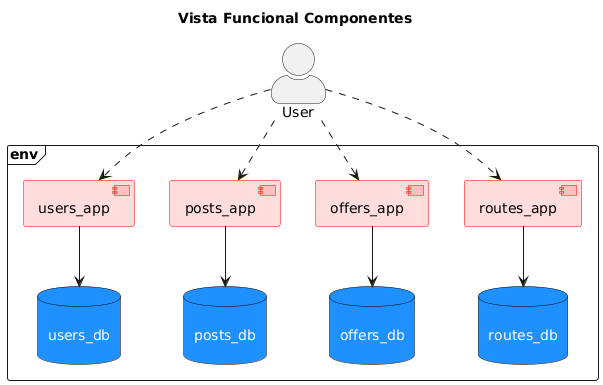
Before: docs/diagrams/components.png, a diagram exported from PlantUML (ddi4z/Cloud-native-application-development-Course). Source of this version:
```plantuml
@startuml components

skinparam actorStyle awesome

skinparam component {
  BackgroundColor #FF000022
  BorderColor red
  FontColor black
}

skinparam database {
  BackgroundColor #1E90FF
  BorderColor black
  FontColor white
}

title "Vista Funcional Componentes"

actor User

frame "env" {
  component "users_app" as users_app
  component "posts_app" as posts_app
  component "offers_app" as offers_app
  component "routes_app" as routes_app

  database "\nusers_db\n" as users_db
  database "\nposts_db\n" as posts_db
  database "\noffers_db\n" as offers_db
  database "\nroutes_db\n" as routes_db

  User ..> users_app
  User ..> posts_app
  User ..> offers_app
  User ..> routes_app

  users_app --> users_db
  posts_app --> posts_db
  offers_app --> offers_db
  routes_app --> routes_db
}
@enduml
```
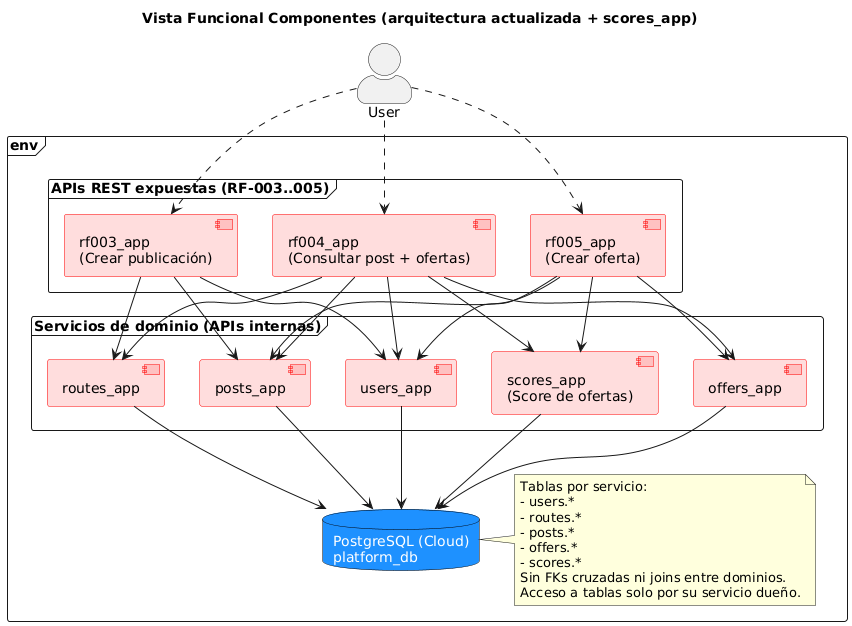
Later version of the same file.

Commit message:
vista funcional

The edit, as a diff of the source:
```diff
@@ -1,5 +1,4 @@
-@startuml components
-
+@startuml
 skinparam actorStyle awesome
 
 skinparam component {
@@ -14,29 +13,62 @@
   FontColor white
 }
 
-title "Vista Funcional Componentes"
+title "Vista Funcional Componentes (arquitectura actualizada + scores_app)"
 
 actor User
 
 frame "env" {
-  component "users_app" as users_app
-  component "posts_app" as posts_app
-  component "offers_app" as offers_app
-  component "routes_app" as routes_app
 
-  database "\nusers_db\n" as users_db
-  database "\nposts_db\n" as posts_db
-  database "\noffers_db\n" as offers_db
-  database "\nroutes_db\n" as routes_db
+  frame "APIs REST expuestas (RF-003..005)" {
+    component "rf003_app\n(Crear publicación)" as rf003_app
+    component "rf004_app\n(Consultar post + ofertas)" as rf004_app
+    component "rf005_app\n(Crear oferta)" as rf005_app
+  }
 
-  User ..> users_app
-  User ..> posts_app
-  User ..> offers_app
-  User ..> routes_app
+  frame "Servicios de dominio (APIs internas)" {
+    component "users_app"   as users_app
+    component "routes_app"  as routes_app
+    component "posts_app"   as posts_app
+    component "offers_app"  as offers_app
+    component "scores_app\n(Score de ofertas)" as scores_app
+  }
 
-  users_app --> users_db
-  posts_app --> posts_db
-  offers_app --> offers_db
-  routes_app --> routes_db
+  database "PostgreSQL (Cloud)\nplatform_db" as platform_db
+
+  note right of platform_db
+    Tablas por servicio:
+    - users.*
+    - routes.*
+    - posts.*
+    - offers.*
+    - scores.*
+    Sin FKs cruzadas ni joins entre dominios.
+    Acceso a tablas solo por su servicio dueño.
+  end note
+
+  User ..> rf003_app
+  User ..> rf004_app
+  User ..> rf005_app
+
+  rf003_app --> users_app
+  rf003_app --> routes_app
+  rf003_app --> posts_app
+
+  rf004_app --> users_app
+  rf004_app --> posts_app
+  rf004_app --> offers_app
+  rf004_app --> routes_app
+  rf004_app --> scores_app
+
+  rf005_app --> users_app
+  rf005_app --> posts_app
+  rf005_app --> offers_app
+  rf005_app --> scores_app
+
+  users_app  --> platform_db
+  routes_app --> platform_db
+  posts_app  --> platform_db
+  offers_app --> platform_db
+  scores_app --> platform_db
 }
 @enduml
```
